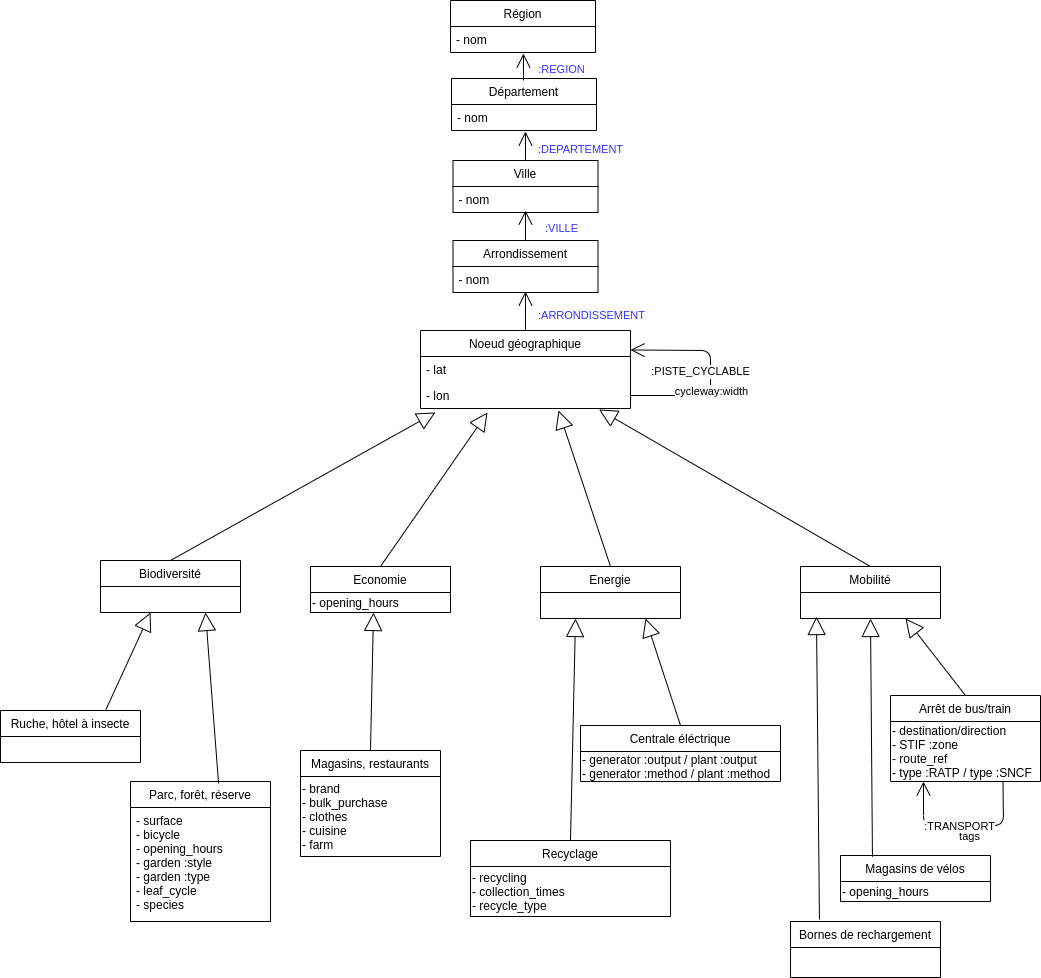
Above: charts/classes.png in Eblsk/ecomap (draw.io), before the change. Source tidied: cells renumbered, new cells last; positions are measured from the earlier drawing's top-left corner, leaving out a move shared by most shapes.
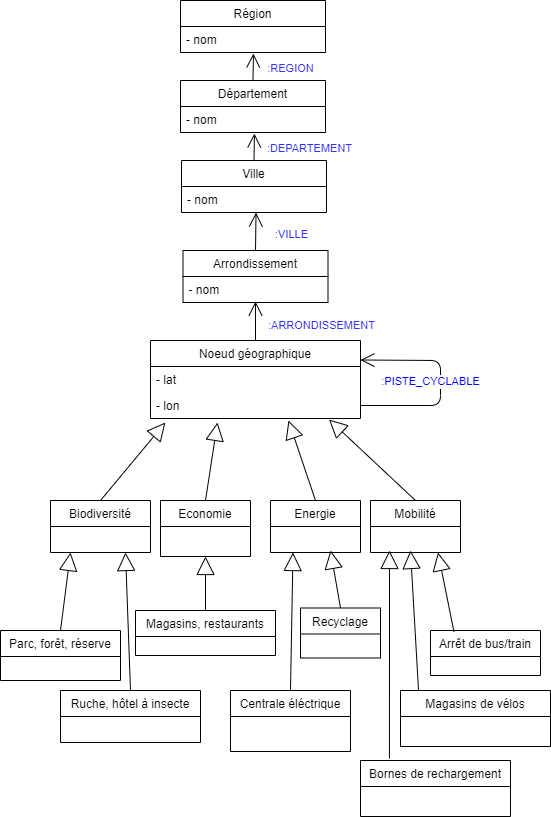
Later version of the same file.

The edit, as a diff of the source:
```diff
@@ -14,25 +14,21 @@
     <mxCell id="5" style="endArrow=block;endSize=16;endFill=0;html=1;entryX=0.85;entryY=1.038;entryDx=0;entryDy=0;entryPerimeter=0;exitX=0.5;exitY=0;exitDx=0;exitDy=0;" parent="1" edge="1" source="52" target="22">
       <mxGeometry relative="1" as="geometry" />
     </mxCell>
-    <mxCell id="6" style="endArrow=block;endSize=16;endFill=0;html=1;exitX=0.5;exitY=0;exitDx=0;exitDy=0;entryX=0.45;entryY=1;entryDx=0;entryDy=0;entryPerimeter=0;" parent="1" edge="1" source="35" target="38">
+    <mxCell id="6" style="endArrow=block;endSize=16;endFill=0;html=1;exitX=0.5;exitY=0;exitDx=0;exitDy=0;entryX=0.5;entryY=1;entryDx=0;entryDy=0;" parent="1" edge="1" source="35" target="37">
       <mxGeometry relative="1" as="geometry" />
     </mxCell>
-    <mxCell id="7" style="endArrow=block;endSize=16;endFill=0;html=1;exitX=0.629;exitY=0.014;exitDx=0;exitDy=0;exitPerimeter=0;entryX=0.75;entryY=1;entryDx=0;entryDy=0;" parent="1" edge="1" source="41" target="40">
-      <mxGeometry relative="1" as="geometry" />
-    </mxCell>
-    <mxCell id="8" style="endArrow=block;endSize=16;endFill=0;html=1;exitX=0.75;exitY=0;exitDx=0;exitDy=0;" parent="1" edge="1" source="43">
+    <mxCell id="8" style="endArrow=block;endSize=16;endFill=0;html=1;exitX=0.5;exitY=0;exitDx=0;exitDy=0;" parent="1" edge="1" source="41">
       <mxGeometry relative="1" as="geometry">
-        <mxPoint x="150" y="612" as="targetPoint" />
+        <mxPoint x="340" y="572" as="targetPoint" />
       </mxGeometry>
     </mxCell>
-    <mxCell id="9" style="endArrow=block;endSize=16;endFill=0;html=1;exitX=0.5;exitY=0;exitDx=0;exitDy=0;entryX=0.75;entryY=1;entryDx=0;entryDy=0;" parent="1" edge="1" source="47" target="52">
-      <mxGeometry relative="1" as="geometry" />
-    </mxCell>
-    <mxCell id="10" style="endArrow=block;endSize=16;endFill=0;html=1;exitX=0.213;exitY=0.028;exitDx=0;exitDy=0;exitPerimeter=0;entryX=0.5;entryY=1;entryDx=0;entryDy=0;" parent="1" edge="1" source="53" target="52">
+    <mxCell id="10" style="endArrow=block;endSize=16;endFill=0;html=1;exitX=0.213;exitY=0.028;exitDx=0;exitDy=0;exitPerimeter=0;entryX=0.75;entryY=1;entryDx=0;entryDy=0;" parent="1" edge="1" source="47" target="52">
       <mxGeometry relative="1" as="geometry" />
     </mxCell>
-    <mxCell id="11" style="endArrow=block;endSize=16;endFill=0;html=1;exitX=0.5;exitY=0;exitDx=0;exitDy=0;entryX=0.25;entryY=1;entryDx=0;entryDy=0;" parent="1" edge="1" source="56" target="39">
-      <mxGeometry relative="1" as="geometry" />
+    <mxCell id="11" style="endArrow=block;endSize=16;endFill=0;html=1;exitX=0.5;exitY=0;exitDx=0;exitDy=0;" parent="1" edge="1" source="56">
+      <mxGeometry relative="1" as="geometry">
+        <mxPoint x="600" y="570" as="targetPoint" />
+      </mxGeometry>
     </mxCell>
     <mxCell id="12" style="endArrow=open;endFill=1;endSize=12;html=1;exitX=0.5;exitY=0;exitDx=0;exitDy=0;entryX=0.5;entryY=0.962;entryDx=0;entryDy=0;entryPerimeter=0;" parent="1" edge="1" source="20" target="31">
       <mxGeometry relative="1" as="geometry" />
@@ -42,7 +38,7 @@
         <mxPoint x="76" y="-1" as="offset" />
       </mxGeometry>
     </mxCell>
-    <mxCell id="14" style="endArrow=open;endFill=1;endSize=12;html=1;exitX=0.5;exitY=0;exitDx=0;exitDy=0;entryX=0.5;entryY=0.923;entryDx=0;entryDy=0;entryPerimeter=0;" parent="1" edge="1" source="30" target="33">
+    <mxCell id="14" style="endArrow=open;endFill=1;endSize=12;html=1;exitX=0.5;exitY=0;exitDx=0;exitDy=0;entryX=0.514;entryY=1;entryDx=0;entryDy=0;entryPerimeter=0;" parent="1" edge="1" source="30" target="33">
       <mxGeometry relative="1" as="geometry" />
     </mxCell>
     <mxCell id="15" value=":VILLE" style="edgeLabel;html=1;align=center;verticalAlign=middle;fontColor=#3333FF;" parent="14" vertex="1">
@@ -50,28 +46,64 @@
         <mxPoint x="46" y="-1" as="offset" />
       </mxGeometry>
     </mxCell>
-    <mxCell id="16" style="endArrow=open;endFill=1;endSize=12;html=1;entryX=0.51;entryY=1.038;entryDx=0;entryDy=0;entryPerimeter=0;" parent="1" edge="1" target="29">
-      <mxGeometry relative="1" as="geometry">
-        <mxPoint x="525" y="160" as="sourcePoint" />
-      </mxGeometry>
+    <mxCell id="16" style="endArrow=open;endFill=1;endSize=12;html=1;entryX=0.51;entryY=1.038;entryDx=0;entryDy=0;entryPerimeter=0;exitX=0.5;exitY=0;exitDx=0;exitDy=0;" parent="1" edge="1" source="32" target="29">
+      <mxGeometry relative="1" as="geometry" />
     </mxCell>
     <mxCell id="17" value=":DEPARTEMENT" style="edgeLabel;html=1;align=center;verticalAlign=middle;fontColor=#3333FF;" parent="16" vertex="1">
       <mxGeometry x="-0.22" y="11" relative="1" as="geometry">
         <mxPoint x="66" y="-1" as="offset" />
       </mxGeometry>
     </mxCell>
-    <mxCell id="18" style="endArrow=open;endFill=1;endSize=12;html=1;entryX=0.503;entryY=1.038;entryDx=0;entryDy=0;entryPerimeter=0;" parent="1" edge="1" target="27">
-      <mxGeometry relative="1" as="geometry">
-        <mxPoint x="523" y="80" as="sourcePoint" />
-      </mxGeometry>
+    <mxCell id="18" style="endArrow=open;endFill=1;endSize=12;html=1;entryX=0.503;entryY=1.038;entryDx=0;entryDy=0;entryPerimeter=0;exitX=0.5;exitY=0;exitDx=0;exitDy=0;" parent="1" edge="1" source="28" target="27">
+      <mxGeometry relative="1" as="geometry" />
     </mxCell>
     <mxCell id="19" value=":REGION" style="edgeLabel;html=1;align=center;verticalAlign=middle;fontColor=#3333FF;" parent="18" vertex="1">
       <mxGeometry x="-0.22" y="11" relative="1" as="geometry">
         <mxPoint x="48" y="-1" as="offset" />
       </mxGeometry>
     </mxCell>
+    <mxCell id="34" style="endArrow=block;endSize=16;endFill=0;html=1;exitX=0.5;exitY=0;exitDx=0;exitDy=0;entryX=0.25;entryY=1;entryDx=0;entryDy=0;" parent="1" edge="1" source="44" target="39">
+      <mxGeometry relative="1" as="geometry" />
+    </mxCell>
+    <mxCell id="46" style="endArrow=block;endSize=16;endFill=0;html=1;exitX=0.193;exitY=-0.036;exitDx=0;exitDy=0;exitPerimeter=0;" parent="1" edge="1" source="55">
+      <mxGeometry relative="1" as="geometry">
+        <mxPoint x="659" y="570" as="targetPoint" />
+      </mxGeometry>
+    </mxCell>
+    <mxCell id="58" style="endArrow=block;endSize=16;endFill=0;html=1;exitX=0.12;exitY=-0.009;exitDx=0;exitDy=0;exitPerimeter=0;" parent="1" edge="1" source="53">
+      <mxGeometry relative="1" as="geometry">
+        <mxPoint x="680" y="570" as="targetPoint" />
+      </mxGeometry>
+    </mxCell>
+    <mxCell id="26" value="Région" style="swimlane;fontStyle=0;horizontal=1;startSize=26;fillColor=none;" parent="1" vertex="1">
+      <mxGeometry x="450" y="20" width="145" height="52" as="geometry" />
+    </mxCell>
+    <mxCell id="27" value="- nom" style="text;strokeColor=none;fillColor=none;align=left;verticalAlign=top;spacingLeft=4;spacingRight=4;overflow=hidden;points=[[0,0.5],[1,0.5]];portConstraint=eastwest;" parent="26" vertex="1">
+      <mxGeometry y="26" width="145" height="26" as="geometry" />
+    </mxCell>
+    <mxCell id="59" style="endArrow=block;endSize=16;endFill=0;html=1;exitX=0.5;exitY=0;exitDx=0;exitDy=0;entryX=0.75;entryY=1;entryDx=0;entryDy=0;" parent="1" edge="1" source="43" target="40">
+      <mxGeometry relative="1" as="geometry" />
+    </mxCell>
+    <mxCell id="30" value="Arrondissement" style="swimlane;fontStyle=0;horizontal=1;startSize=26;fillColor=none;" parent="1" vertex="1">
+      <mxGeometry x="452.5" y="270" width="145" height="52" as="geometry" />
+    </mxCell>
+    <mxCell id="31" value="- nom" style="text;strokeColor=none;fillColor=none;align=left;verticalAlign=top;spacingLeft=4;spacingRight=4;overflow=hidden;points=[[0,0.5],[1,0.5]];portConstraint=eastwest;" parent="30" vertex="1">
+      <mxGeometry y="26" width="145" height="26" as="geometry" />
+    </mxCell>
+    <mxCell id="28" value="Département" style="swimlane;fontStyle=0;horizontal=1;startSize=26;fillColor=none;" parent="1" vertex="1">
+      <mxGeometry x="450" y="100" width="145" height="52" as="geometry" />
+    </mxCell>
+    <mxCell id="29" value="- nom" style="text;strokeColor=none;fillColor=none;align=left;verticalAlign=top;spacingLeft=4;spacingRight=4;overflow=hidden;points=[[0,0.5],[1,0.5]];portConstraint=eastwest;" parent="28" vertex="1">
+      <mxGeometry y="26" width="145" height="26" as="geometry" />
+    </mxCell>
+    <mxCell id="32" value="Ville" style="swimlane;fontStyle=0;horizontal=1;startSize=26;fillColor=none;" parent="1" vertex="1">
+      <mxGeometry x="451" y="180" width="145" height="52" as="geometry" />
+    </mxCell>
+    <mxCell id="33" value="- nom" style="text;strokeColor=none;fillColor=none;align=left;verticalAlign=top;spacingLeft=4;spacingRight=4;overflow=hidden;points=[[0,0.5],[1,0.5]];portConstraint=eastwest;" parent="32" vertex="1">
+      <mxGeometry y="26" width="145" height="26" as="geometry" />
+    </mxCell>
     <mxCell id="20" value="Noeud géographique" style="swimlane;fontStyle=0;horizontal=1;startSize=26;fillColor=none;" parent="1" vertex="1">
-      <mxGeometry x="420" y="330" width="210" height="78" as="geometry" />
+      <mxGeometry x="420" y="360" width="210" height="78" as="geometry" />
     </mxCell>
     <mxCell id="21" value="- lat" style="text;strokeColor=none;fillColor=none;align=left;verticalAlign=top;spacingLeft=4;spacingRight=4;overflow=hidden;" parent="20" vertex="1">
       <mxGeometry y="26" width="210" height="26" as="geometry" />
@@ -87,120 +119,46 @@
         </Array>
       </mxGeometry>
     </mxCell>
-    <mxCell id="24" value=":PISTE_CYCLABLE" style="edgeLabel;html=1;align=center;verticalAlign=middle;" parent="23" vertex="1">
+    <mxCell id="24" value="&lt;font color=&quot;#0000ff&quot;&gt;:PISTE_CYCLABLE&lt;/font&gt;" style="edgeLabel;html=1;align=center;verticalAlign=middle;" parent="23" vertex="1">
       <mxGeometry x="-0.22" y="11" relative="1" as="geometry">
         <mxPoint y="-25" as="offset" />
       </mxGeometry>
     </mxCell>
-    <mxCell id="25" value="cycleway:width" style="edgeLabel;html=1;align=center;verticalAlign=middle;" parent="23" vertex="1">
-      <mxGeometry x="-0.4" y="1" relative="1" as="geometry">
-        <mxPoint x="19" y="-4" as="offset" />
-      </mxGeometry>
-    </mxCell>
-    <mxCell id="26" value="Région" style="swimlane;fontStyle=0;horizontal=1;startSize=26;fillColor=none;" parent="1" vertex="1">
-      <mxGeometry x="450" width="145" height="52" as="geometry" />
-    </mxCell>
-    <mxCell id="27" value="- nom" style="text;strokeColor=none;fillColor=none;align=left;verticalAlign=top;spacingLeft=4;spacingRight=4;overflow=hidden;points=[[0,0.5],[1,0.5]];portConstraint=eastwest;" parent="26" vertex="1">
-      <mxGeometry y="26" width="145" height="26" as="geometry" />
-    </mxCell>
-    <mxCell id="28" value="Département" style="swimlane;fontStyle=0;horizontal=1;startSize=26;fillColor=none;" parent="1" vertex="1">
-      <mxGeometry x="451" y="78" width="145" height="52" as="geometry" />
-    </mxCell>
-    <mxCell id="29" value="- nom" style="text;strokeColor=none;fillColor=none;align=left;verticalAlign=top;spacingLeft=4;spacingRight=4;overflow=hidden;points=[[0,0.5],[1,0.5]];portConstraint=eastwest;" parent="28" vertex="1">
-      <mxGeometry y="26" width="145" height="26" as="geometry" />
-    </mxCell>
-    <mxCell id="30" value="Arrondissement" style="swimlane;fontStyle=0;horizontal=1;startSize=26;fillColor=none;" parent="1" vertex="1">
-      <mxGeometry x="452.5" y="240" width="145" height="52" as="geometry" />
-    </mxCell>
-    <mxCell id="31" value="- nom" style="text;strokeColor=none;fillColor=none;align=left;verticalAlign=top;spacingLeft=4;spacingRight=4;overflow=hidden;points=[[0,0.5],[1,0.5]];portConstraint=eastwest;" parent="30" vertex="1">
-      <mxGeometry y="26" width="145" height="26" as="geometry" />
-    </mxCell>
-    <mxCell id="32" value="Ville" style="swimlane;fontStyle=0;horizontal=1;startSize=26;fillColor=none;" parent="1" vertex="1">
-      <mxGeometry x="452.5" y="160" width="145" height="52" as="geometry" />
-    </mxCell>
-    <mxCell id="33" value="- nom" style="text;strokeColor=none;fillColor=none;align=left;verticalAlign=top;spacingLeft=4;spacingRight=4;overflow=hidden;points=[[0,0.5],[1,0.5]];portConstraint=eastwest;" parent="32" vertex="1">
-      <mxGeometry y="26" width="145" height="26" as="geometry" />
-    </mxCell>
-    <mxCell id="34" style="endArrow=block;endSize=16;endFill=0;html=1;exitX=0.5;exitY=0;exitDx=0;exitDy=0;entryX=0.75;entryY=1;entryDx=0;entryDy=0;" parent="1" edge="1" source="44" target="39">
-      <mxGeometry relative="1" as="geometry" />
-    </mxCell>
+    <mxCell id="40" value="Biodiversité" style="swimlane;fontStyle=0;horizontal=1;startSize=26;fillColor=none;" parent="1" vertex="1">
+      <mxGeometry x="320" y="520" width="100" height="52" as="geometry" />
+    </mxCell>
     <mxCell id="35" value="Magasins, restaurants" style="swimlane;fontStyle=0;horizontal=1;startSize=26;fillColor=none;" parent="1" vertex="1">
-      <mxGeometry x="300" y="750" width="140" height="106" as="geometry" />
+      <mxGeometry x="405" y="630" width="140" height="45" as="geometry" />
     </mxCell>
-    <mxCell id="36" value="- brand&lt;br&gt;- bulk_purchase&lt;br&gt;- clothes&lt;br&gt;- cuisine&lt;br&gt;- farm" style="text;html=1;align=left;verticalAlign=middle;" parent="35" vertex="1">
-      <mxGeometry y="26" width="140" height="80" as="geometry" />
-    </mxCell>
     <mxCell id="37" value="Economie" style="swimlane;fontStyle=0;horizontal=1;startSize=26;fillColor=none;" parent="1" vertex="1">
-      <mxGeometry x="310" y="566" width="140" height="46" as="geometry" />
+      <mxGeometry x="430" y="520" width="90" height="56" as="geometry" />
     </mxCell>
-    <mxCell id="38" value="-&lt;span&gt;&amp;nbsp;opening_hours&lt;/span&gt;" style="text;html=1;align=left;verticalAlign=middle;points=[];" parent="37" vertex="1">
-      <mxGeometry y="26" width="140" height="20" as="geometry" />
-    </mxCell>
     <mxCell id="39" value="Energie" style="swimlane;fontStyle=0;horizontal=1;startSize=26;fillColor=none;" parent="1" vertex="1">
-      <mxGeometry x="540" y="566" width="140" height="52" as="geometry" />
+      <mxGeometry x="540" y="520" width="90" height="52" as="geometry" />
     </mxCell>
-    <mxCell id="40" value="Biodiversité" style="swimlane;fontStyle=0;horizontal=1;startSize=26;fillColor=none;" parent="1" vertex="1">
-      <mxGeometry x="100" y="560" width="140" height="52" as="geometry" />
-    </mxCell>
+    <mxCell id="44" value="Centrale éléctrique" style="swimlane;fontStyle=0;horizontal=1;startSize=26;fillColor=none;" parent="1" vertex="1">
+      <mxGeometry x="500" y="710" width="120" height="61" as="geometry" />
+    </mxCell>
+    <mxCell id="56" value="Recyclage" style="swimlane;fontStyle=0;horizontal=1;startSize=26;fillColor=none;" parent="1" vertex="1">
+      <mxGeometry x="570" y="627.5" width="80" height="50" as="geometry" />
+    </mxCell>
+    <mxCell id="52" value="Mobilité" style="swimlane;fontStyle=0;horizontal=1;startSize=26;fillColor=none;" parent="1" vertex="1">
+      <mxGeometry x="640" y="520" width="90" height="52" as="geometry" />
+    </mxCell>
+    <mxCell id="55" value="Bornes de rechargement" style="swimlane;fontStyle=0;horizontal=1;startSize=26;fillColor=none;" parent="1" vertex="1">
+      <mxGeometry x="630" y="780" width="150" height="56" as="geometry" />
+    </mxCell>
+    <mxCell id="53" value="Magasins de vélos" style="swimlane;fontStyle=0;horizontal=1;startSize=26;fillColor=none;" parent="1" vertex="1">
+      <mxGeometry x="670" y="710" width="150" height="56" as="geometry" />
+    </mxCell>
+    <mxCell id="47" value="Arrêt de bus/train" style="swimlane;fontStyle=0;horizontal=1;startSize=26;fillColor=none;" parent="1" vertex="1">
+      <mxGeometry x="700" y="650" width="110" height="45" as="geometry" />
+    </mxCell>
+    <mxCell id="43" value="Ruche, hôtel à insecte" style="swimlane;fontStyle=0;horizontal=1;startSize=26;fillColor=none;" parent="1" vertex="1">
+      <mxGeometry x="330" y="710" width="140" height="52" as="geometry" />
+    </mxCell>
     <mxCell id="41" value="Parc, forêt, réserve" style="swimlane;fontStyle=0;horizontal=1;startSize=26;fillColor=none;" parent="1" vertex="1">
-      <mxGeometry x="130" y="781" width="140" height="140" as="geometry" />
+      <mxGeometry x="270" y="650" width="120" height="50" as="geometry" />
     </mxCell>
-    <mxCell id="42" value="- surface&#10;- bicycle&#10;- opening_hours&#10;- garden :style&#10;- garden :type&#10;- leaf_cycle&#10;- species" style="text;strokeColor=none;fillColor=none;align=left;verticalAlign=top;spacingLeft=4;spacingRight=4;overflow=hidden;" parent="41" vertex="1">
-      <mxGeometry y="26" width="140" height="114" as="geometry" />
-    </mxCell>
-    <mxCell id="43" value="Ruche, hôtel à insecte" style="swimlane;fontStyle=0;horizontal=1;startSize=26;fillColor=none;" parent="1" vertex="1">
-      <mxGeometry y="710" width="140" height="52" as="geometry" />
-    </mxCell>
-    <mxCell id="44" value="Centrale éléctrique" style="swimlane;fontStyle=0;horizontal=1;startSize=26;fillColor=none;" parent="1" vertex="1">
-      <mxGeometry x="580" y="725" width="200" height="56" as="geometry" />
-    </mxCell>
-    <mxCell id="45" value="- generator :output / plant :output&lt;br&gt;- generator :method / plant :method" style="text;html=1;align=left;verticalAlign=middle;" parent="44" vertex="1">
-      <mxGeometry y="26" width="200" height="30" as="geometry" />
-    </mxCell>
-    <mxCell id="46" style="endArrow=block;endSize=16;endFill=0;html=1;exitX=0.193;exitY=-0.036;exitDx=0;exitDy=0;exitPerimeter=0;entryX=0.114;entryY=0.962;entryDx=0;entryDy=0;entryPerimeter=0;" parent="1" edge="1" source="55" target="52">
-      <mxGeometry relative="1" as="geometry" />
-    </mxCell>
-    <mxCell id="47" value="Arrêt de bus/train" style="swimlane;fontStyle=0;horizontal=1;startSize=26;fillColor=none;" parent="1" vertex="1">
-      <mxGeometry x="890" y="695" width="150" height="86" as="geometry" />
-    </mxCell>
-    <mxCell id="48" style="endArrow=open;endFill=1;endSize=12;html=1;exitX=0.75;exitY=1;exitDx=0;exitDy=0;entryX=0.22;entryY=1;entryDx=0;entryDy=0;entryPerimeter=0;" parent="47" edge="1" source="47" target="51">
-      <mxGeometry relative="1" as="geometry">
-        <Array as="points">
-          <mxPoint x="113" y="130" />
-          <mxPoint x="33" y="130" />
-        </Array>
-      </mxGeometry>
-    </mxCell>
-    <mxCell id="49" value="tags" style="edgeLabel;html=1;align=center;verticalAlign=middle;" parent="48" vertex="1">
-      <mxGeometry x="-0.23" y="11" relative="1" as="geometry">
-        <mxPoint x="-14" y="-1" as="offset" />
-      </mxGeometry>
-    </mxCell>
-    <mxCell id="50" value=":TRANSPORT" style="edgeLabel;html=1;align=center;verticalAlign=middle;" parent="48" vertex="1">
-      <mxGeometry x="-0.22" y="11" relative="1" as="geometry">
-        <mxPoint x="-23" y="-11" as="offset" />
-      </mxGeometry>
-    </mxCell>
-    <mxCell id="51" value="- destination/direction&lt;br&gt;- STIF :zone&lt;br&gt;- route_ref&lt;br&gt;- type :RATP / type :SNCF" style="text;html=1;align=left;verticalAlign=middle;points=[];" parent="47" vertex="1">
-      <mxGeometry y="26" width="150" height="60" as="geometry" />
-    </mxCell>
-    <mxCell id="52" value="Mobilité" style="swimlane;fontStyle=0;horizontal=1;startSize=26;fillColor=none;" parent="1" vertex="1">
-      <mxGeometry x="800" y="566" width="140" height="52" as="geometry" />
-    </mxCell>
-    <mxCell id="53" value="Magasins de vélos" style="swimlane;fontStyle=0;horizontal=1;startSize=26;fillColor=none;" parent="1" vertex="1">
-      <mxGeometry x="840" y="855" width="150" height="46" as="geometry" />
-    </mxCell>
-    <mxCell id="54" value="-&amp;nbsp;opening_hours" style="text;html=1;align=left;verticalAlign=middle;" parent="53" vertex="1">
-      <mxGeometry y="26" width="150" height="20" as="geometry" />
-    </mxCell>
-    <mxCell id="55" value="Bornes de rechargement" style="swimlane;fontStyle=0;horizontal=1;startSize=26;fillColor=none;" parent="1" vertex="1">
-      <mxGeometry x="790" y="921" width="150" height="56" as="geometry" />
-    </mxCell>
-    <mxCell id="56" value="Recyclage" style="swimlane;fontStyle=0;horizontal=1;startSize=26;fillColor=none;" parent="1" vertex="1">
-      <mxGeometry x="470" y="840" width="200" height="76" as="geometry" />
-    </mxCell>
-    <mxCell id="57" value="- recycling&lt;br&gt;- collection_times&lt;br&gt;- recycle_type" style="text;html=1;align=left;verticalAlign=middle;" parent="56" vertex="1">
-      <mxGeometry y="26" width="200" height="50" as="geometry" />
-    </mxCell>
   </root>
 </mxGraphModel>
```
